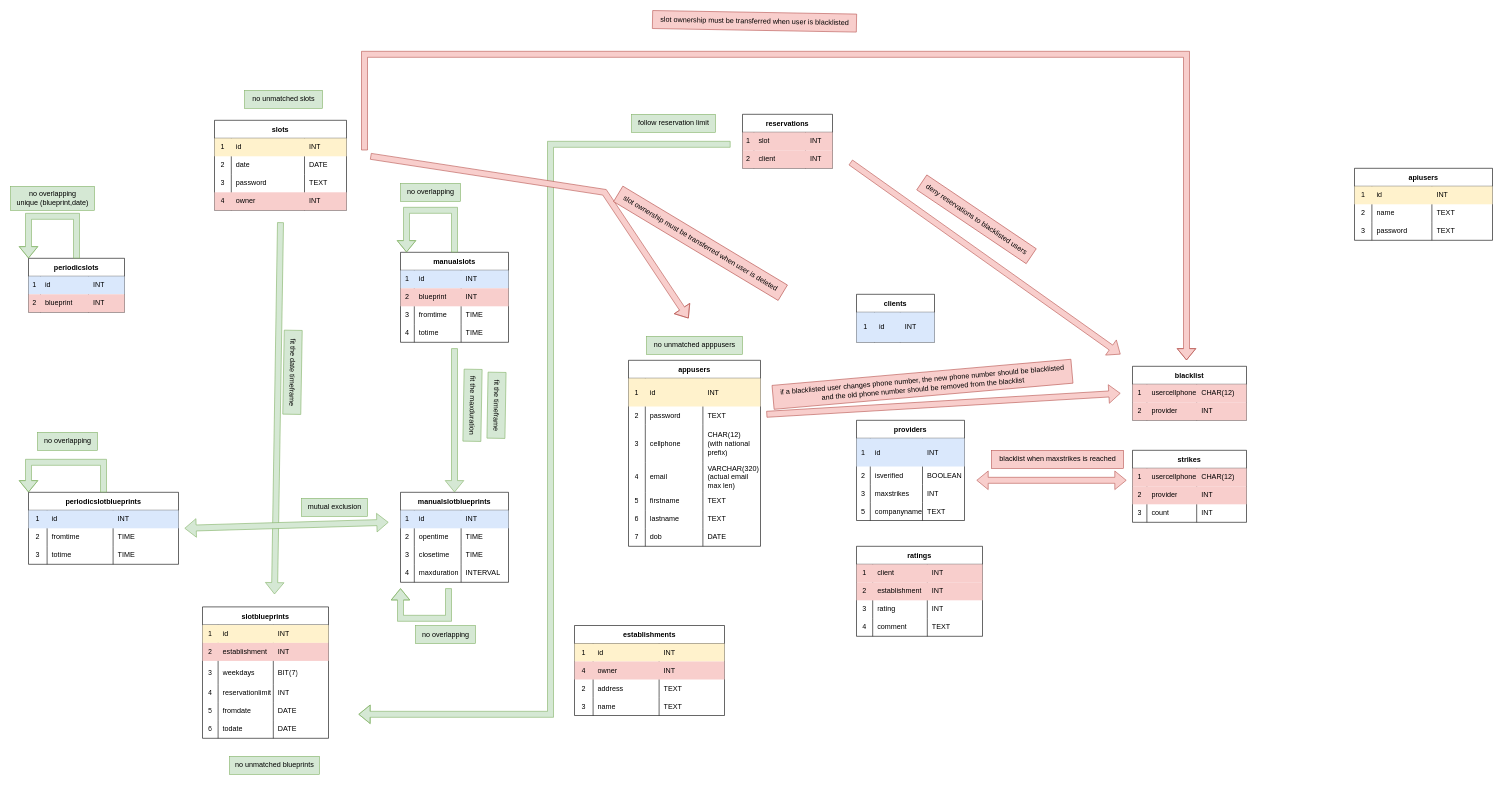
Earlier version of the draw.io diagram Database/Docs/integrityschema.drawio (Visco01/MyLocalBooking-IS2022). Source tidied: cells renumbered, new cells numbered last; positions are measured from the earlier drawing's top-left corner, leaving out a move shared by most shapes. Both pictures are drawn from the tidied source at 60%, with x=0, y=0 at pixel (10, 12).
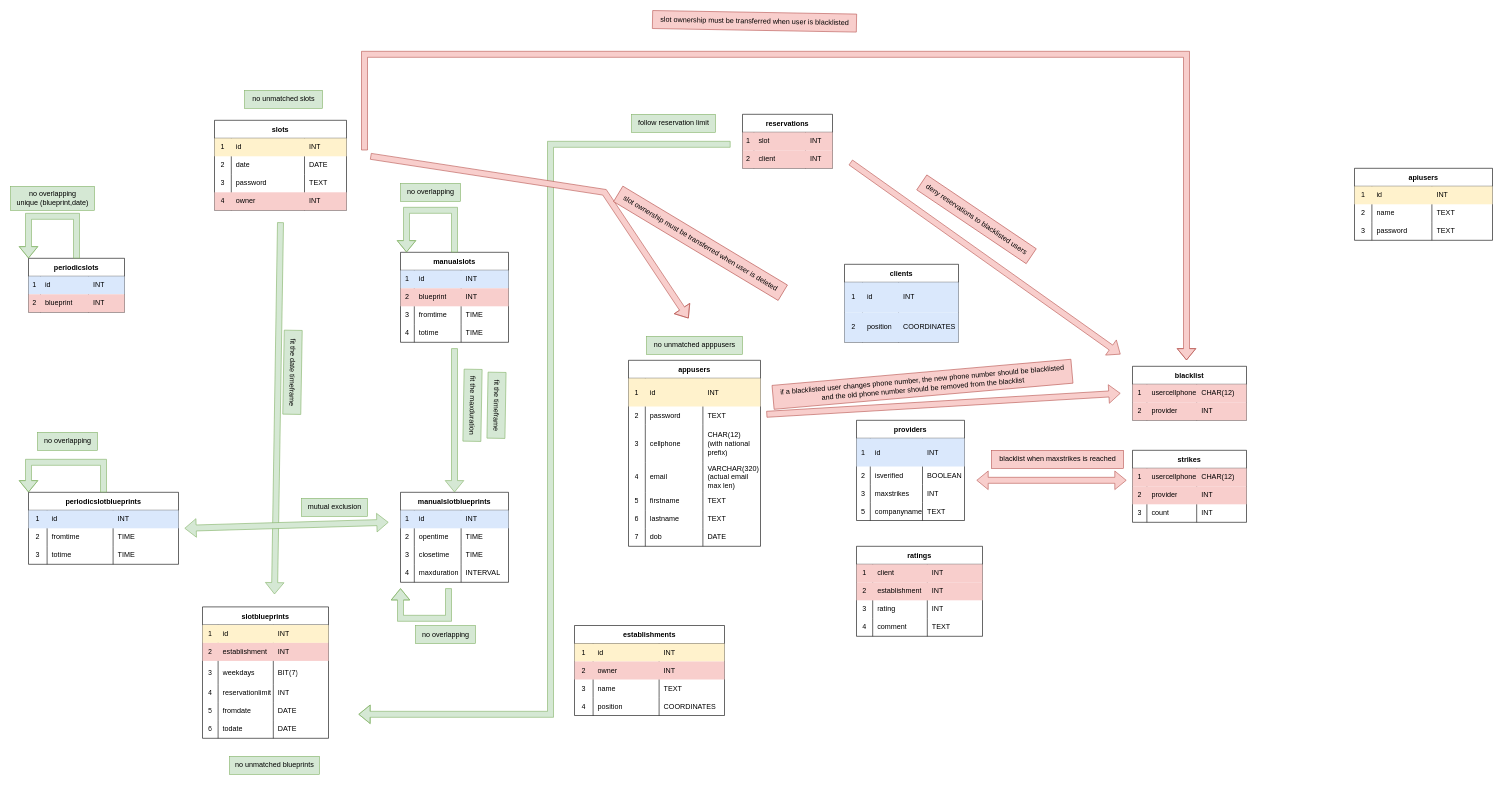
The same page after the edit.

Commit message (it also covers changes not shown here):
Relational schema tweaks

Unchanged cells that the change refers to:
```xml
<mxCell id="101" style="shape=tableRow;horizontal=0;startSize=0;swimlaneHead=0;swimlaneBody=0;top=0;left=0;bottom=0;right=0;fillColor=#f8cecc;strokeColor=#b85450;" parent="96" vertex="1">
  <mxGeometry y="60" width="250" height="30" as="geometry" />
</mxCell>
<mxCell id="105" style="shape=tableRow;horizontal=0;startSize=0;swimlaneHead=0;swimlaneBody=0;top=0;left=0;bottom=0;right=0;fillColor=none;" parent="96" vertex="1">
  <mxGeometry y="90" width="250" height="30" as="geometry" />
</mxCell>
<mxCell id="109" style="shape=tableRow;horizontal=0;startSize=0;swimlaneHead=0;swimlaneBody=0;top=0;left=0;bottom=0;right=0;fillColor=none;" parent="96" vertex="1">
  <mxGeometry y="120" width="250" height="30" as="geometry" />
</mxCell>
```

Diff of the diagram source:
```diff
@@
-    <mxCell id="102" value="4" style="shape=partialRectangle;html=1;whiteSpace=wrap;fillColor=none;top=0;left=0;bottom=0;right=0;overflow=hidden;" parent="101" vertex="1">
+    <mxCell id="102" value="2" style="shape=partialRectangle;html=1;whiteSpace=wrap;fillColor=none;top=0;left=0;bottom=0;right=0;overflow=hidden;" parent="101" vertex="1">
       <mxGeometry width="31" height="30" as="geometry" />
     </mxCell>
@@
-    <mxCell id="106" value="2" style="shape=partialRectangle;html=1;whiteSpace=wrap;fillColor=none;top=0;left=0;bottom=0;right=0;overflow=hidden;" parent="105" vertex="1">
+    <mxCell id="106" value="3" style="shape=partialRectangle;html=1;whiteSpace=wrap;fillColor=none;top=0;left=0;bottom=0;right=0;overflow=hidden;" parent="105" vertex="1">
       <mxGeometry width="31" height="30" as="geometry" />
     </mxCell>
-    <mxCell id="107" value="address" style="shape=partialRectangle;html=1;whiteSpace=wrap;fillColor=none;top=0;left=0;bottom=0;right=0;align=left;spacingLeft=6;overflow=hidden;" parent="105" vertex="1">
+    <mxCell id="107" value="name" style="shape=partialRectangle;html=1;whiteSpace=wrap;fillColor=none;top=0;left=0;bottom=0;right=0;align=left;spacingLeft=6;overflow=hidden;" parent="105" vertex="1">
       <mxGeometry x="31" width="110" height="30" as="geometry" />
     </mxCell>
@@
-    <mxCell id="110" value="3" style="shape=partialRectangle;html=1;whiteSpace=wrap;fillColor=none;top=0;left=0;bottom=0;right=0;overflow=hidden;" parent="109" vertex="1">
+    <mxCell id="110" value="4" style="shape=partialRectangle;html=1;whiteSpace=wrap;fillColor=none;top=0;left=0;bottom=0;right=0;overflow=hidden;" parent="109" vertex="1">
       <mxGeometry width="31" height="30" as="geometry" />
     </mxCell>
-    <mxCell id="111" value="name" style="shape=partialRectangle;html=1;whiteSpace=wrap;fillColor=none;top=0;left=0;bottom=0;right=0;align=left;spacingLeft=6;overflow=hidden;" parent="109" vertex="1">
+    <mxCell id="111" value="position" style="shape=partialRectangle;html=1;whiteSpace=wrap;fillColor=none;top=0;left=0;bottom=0;right=0;align=left;spacingLeft=6;overflow=hidden;" parent="109" vertex="1">
       <mxGeometry x="31" width="110" height="30" as="geometry" />
     </mxCell>
-    <mxCell id="112" value="TEXT" style="shape=partialRectangle;html=1;whiteSpace=wrap;fillColor=none;top=0;left=0;bottom=0;right=0;align=left;spacingLeft=6;overflow=hidden;" parent="109" vertex="1">
+    <mxCell id="112" value="COORDINATES" style="shape=partialRectangle;html=1;whiteSpace=wrap;fillColor=none;top=0;left=0;bottom=0;right=0;align=left;spacingLeft=6;overflow=hidden;" parent="109" vertex="1">
       <mxGeometry x="141" width="109" height="30" as="geometry" />
     </mxCell>
@@
     <mxCell id="215" value="clients" style="shape=table;startSize=30;childLayout=tableLayout;rowLines=0;fontStyle=1;" parent="1" vertex="1">
-      <mxGeometry x="1410" y="470" width="130" height="80" as="geometry" />
+      <mxGeometry x="1390" y="420" width="190" height="130" as="geometry" />
     </mxCell>
     <mxCell id="216" style="shape=tableRow;horizontal=0;startSize=0;swimlaneHead=0;swimlaneBody=0;top=0;left=1;bottom=0;right=1;fillColor=#dae8fc;strokeColor=none;" parent="215" vertex="1">
-      <mxGeometry y="30" width="130" height="50" as="geometry" />
+      <mxGeometry y="30" width="190" height="50" as="geometry" />
     </mxCell>
@@
     <mxCell id="218" value="id" style="shape=partialRectangle;html=1;whiteSpace=wrap;fillColor=none;top=0;left=0;bottom=0;right=0;align=left;spacingLeft=6;overflow=hidden;" parent="216" vertex="1">
-      <mxGeometry x="30" width="43" height="50" as="geometry" />
+      <mxGeometry x="30" width="60" height="50" as="geometry" />
     </mxCell>
     <mxCell id="219" value="INT" style="shape=partialRectangle;html=1;whiteSpace=wrap;fillColor=none;top=0;left=0;bottom=0;right=0;align=left;spacingLeft=6;overflow=hidden;" parent="216" vertex="1">
-      <mxGeometry x="73" width="57" height="50" as="geometry" />
+      <mxGeometry x="90" width="100" height="50" as="geometry" />
     </mxCell>
+    <mxCell id="259" style="shape=tableRow;horizontal=0;startSize=0;swimlaneHead=0;swimlaneBody=0;top=0;left=1;bottom=0;right=1;fillColor=#dae8fc;strokeColor=none;" parent="215" vertex="1">
+      <mxGeometry y="80" width="190" height="50" as="geometry" />
+    </mxCell>
+    <mxCell id="260" value="2" style="shape=partialRectangle;html=1;whiteSpace=wrap;fillColor=none;top=0;left=0;bottom=0;right=0;overflow=hidden;" parent="259" vertex="1">
+      <mxGeometry width="30" height="50" as="geometry" />
+    </mxCell>
+    <mxCell id="261" value="position" style="shape=partialRectangle;html=1;whiteSpace=wrap;fillColor=none;top=0;left=0;bottom=0;right=0;align=left;spacingLeft=6;overflow=hidden;" parent="259" vertex="1">
+      <mxGeometry x="30" width="60" height="50" as="geometry" />
+    </mxCell>
+    <mxCell id="262" value="COORDINATES" style="shape=partialRectangle;html=1;whiteSpace=wrap;fillColor=none;top=0;left=0;bottom=0;right=0;align=left;spacingLeft=6;overflow=hidden;" parent="259" vertex="1">
+      <mxGeometry x="90" width="100" height="50" as="geometry" />
+    </mxCell>
```
